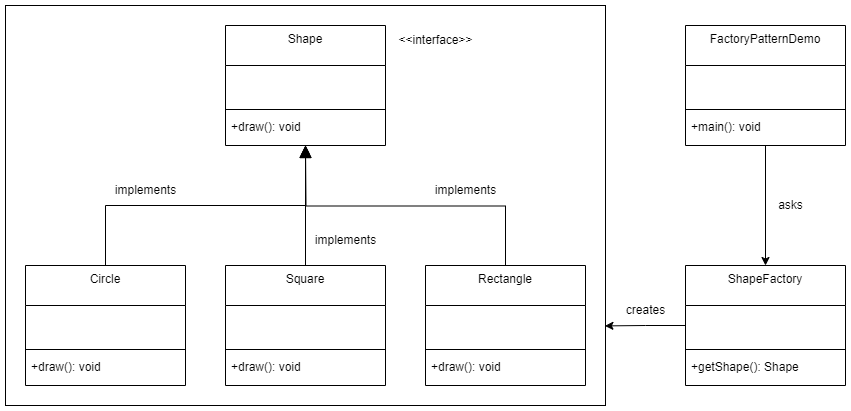
Above: doc/factory-pattern.png in Niwo1403/registerable-factory-pattern (draw.io), before the change. Source tidied: cells renumbered, new cells last; positions are measured from the earlier drawing's top-left corner, leaving out a move shared by most shapes. The source it was exported from:
```xml
<mxGraphModel>
  <root>
    <mxCell id="0" />
    <mxCell id="1" parent="0" />
    <mxCell id="2" style="whiteSpace=wrap;html=1;fillColor=none;" parent="1" vertex="1">
      <mxGeometry width="600" height="400" as="geometry" />
    </mxCell>
    <mxCell id="3" value="Shape" style="swimlane;fontStyle=0;align=center;verticalAlign=top;horizontal=1;startSize=40;rounded=0;shadow=0;strokeWidth=1;" parent="1" vertex="1">
      <mxGeometry x="220" y="20" width="160" height="120" as="geometry" />
    </mxCell>
    <mxCell id="4" value=" " style="text;align=left;verticalAlign=top;spacingLeft=4;spacingRight=4;overflow=hidden;" parent="3" vertex="1">
      <mxGeometry y="40" width="160" height="40" as="geometry" />
    </mxCell>
    <mxCell id="5" style="line;html=1;strokeWidth=1;align=left;verticalAlign=middle;spacingTop=-1;spacingLeft=3;spacingRight=3;labelPosition=right;" parent="3" vertex="1">
      <mxGeometry y="80" width="160" height="8" as="geometry" />
    </mxCell>
    <mxCell id="6" value="+draw(): void" style="text;align=left;verticalAlign=top;spacingLeft=4;spacingRight=4;overflow=hidden;" parent="3" vertex="1">
      <mxGeometry y="88" width="160" height="26" as="geometry" />
    </mxCell>
    <mxCell id="7" value="Circle" style="swimlane;fontStyle=0;align=center;verticalAlign=top;horizontal=1;startSize=40;rounded=0;shadow=0;strokeWidth=1;" parent="1" vertex="1">
      <mxGeometry x="20" y="260" width="160" height="120" as="geometry" />
    </mxCell>
    <mxCell id="8" value=" " style="text;align=left;verticalAlign=top;spacingLeft=4;spacingRight=4;overflow=hidden;" parent="7" vertex="1">
      <mxGeometry y="40" width="160" height="40" as="geometry" />
    </mxCell>
    <mxCell id="9" style="line;html=1;strokeWidth=1;align=left;verticalAlign=middle;spacingTop=-1;spacingLeft=3;spacingRight=3;labelPosition=right;" parent="7" vertex="1">
      <mxGeometry y="80" width="160" height="8" as="geometry" />
    </mxCell>
    <mxCell id="10" value="+draw(): void" style="text;align=left;verticalAlign=top;spacingLeft=4;spacingRight=4;overflow=hidden;" parent="7" vertex="1">
      <mxGeometry y="88" width="160" height="26" as="geometry" />
    </mxCell>
    <mxCell id="11" style="endArrow=block;endSize=10;endFill=0;shadow=0;strokeWidth=1;rounded=0;edgeStyle=elbowEdgeStyle;elbow=vertical;" parent="1" edge="1" source="7" target="3">
      <mxGeometry relative="1" as="geometry" />
    </mxCell>
    <mxCell id="12" value="Square" style="swimlane;fontStyle=0;align=center;verticalAlign=top;horizontal=1;startSize=40;rounded=0;shadow=0;strokeWidth=1;" parent="1" vertex="1">
      <mxGeometry x="220" y="260" width="160" height="120" as="geometry" />
    </mxCell>
    <mxCell id="13" value=" " style="text;align=left;verticalAlign=top;spacingLeft=4;spacingRight=4;overflow=hidden;" parent="12" vertex="1">
      <mxGeometry y="40" width="160" height="40" as="geometry" />
    </mxCell>
    <mxCell id="14" style="line;html=1;strokeWidth=1;align=left;verticalAlign=middle;spacingTop=-1;spacingLeft=3;spacingRight=3;labelPosition=right;" parent="12" vertex="1">
      <mxGeometry y="80" width="160" height="8" as="geometry" />
    </mxCell>
    <mxCell id="15" value="+draw(): void" style="text;align=left;verticalAlign=top;spacingLeft=4;spacingRight=4;overflow=hidden;" parent="12" vertex="1">
      <mxGeometry y="88" width="160" height="26" as="geometry" />
    </mxCell>
    <mxCell id="16" style="endArrow=block;endSize=10;endFill=1;shadow=0;strokeWidth=1;rounded=0;edgeStyle=elbowEdgeStyle;elbow=vertical;" parent="1" edge="1" source="12" target="3">
      <mxGeometry relative="1" as="geometry" />
    </mxCell>
    <mxCell id="17" value="ShapeFactory" style="swimlane;fontStyle=0;align=center;verticalAlign=top;horizontal=1;startSize=40;rounded=0;shadow=0;strokeWidth=1;" parent="1" vertex="1">
      <mxGeometry x="680" y="260" width="160" height="120" as="geometry" />
    </mxCell>
    <mxCell id="18" value=" " style="text;align=left;verticalAlign=top;spacingLeft=4;spacingRight=4;overflow=hidden;points=[[0,0.5],[1,0.5]];portConstraint=eastwest;" parent="17" vertex="1">
      <mxGeometry y="40" width="160" height="40" as="geometry" />
    </mxCell>
    <mxCell id="19" style="line;html=1;strokeWidth=1;align=left;verticalAlign=middle;spacingTop=-1;spacingLeft=3;spacingRight=3;labelPosition=right;" parent="17" vertex="1">
      <mxGeometry y="80" width="160" height="8" as="geometry" />
    </mxCell>
    <mxCell id="20" value="+getShape(): Shape" style="text;align=left;verticalAlign=top;spacingLeft=4;spacingRight=4;overflow=hidden;" parent="17" vertex="1">
      <mxGeometry y="88" width="160" height="26" as="geometry" />
    </mxCell>
    <mxCell id="21" value="&amp;lt;&amp;lt;interface&amp;gt;&amp;gt;" style="text;html=1;align=center;verticalAlign=middle;strokeColor=none;fillColor=none;" parent="1" vertex="1">
      <mxGeometry x="380" y="20" width="100" height="30" as="geometry" />
    </mxCell>
    <mxCell id="22" style="edgeStyle=orthogonalEdgeStyle;rounded=0;jettySize=auto;html=1;exitX=0.5;exitY=0;exitDx=0;exitDy=0;" parent="1" edge="1" source="23">
      <mxGeometry relative="1" as="geometry">
        <mxPoint x="300" y="140" as="targetPoint" />
      </mxGeometry>
    </mxCell>
    <mxCell id="23" value="Rectangle" style="swimlane;fontStyle=0;align=center;verticalAlign=top;horizontal=1;startSize=40;rounded=0;shadow=0;strokeWidth=1;" parent="1" vertex="1">
      <mxGeometry x="420" y="260" width="160" height="120" as="geometry" />
    </mxCell>
    <mxCell id="24" value=" " style="text;align=left;verticalAlign=top;spacingLeft=4;spacingRight=4;overflow=hidden;" parent="23" vertex="1">
      <mxGeometry y="40" width="160" height="40" as="geometry" />
    </mxCell>
    <mxCell id="25" style="line;html=1;strokeWidth=1;align=left;verticalAlign=middle;spacingTop=-1;spacingLeft=3;spacingRight=3;labelPosition=right;" parent="23" vertex="1">
      <mxGeometry y="80" width="160" height="8" as="geometry" />
    </mxCell>
    <mxCell id="26" value="+draw(): void" style="text;align=left;verticalAlign=top;spacingLeft=4;spacingRight=4;overflow=hidden;" parent="23" vertex="1">
      <mxGeometry y="88" width="160" height="26" as="geometry" />
    </mxCell>
    <mxCell id="27" value="implements" style="text;html=1;align=center;verticalAlign=middle;strokeColor=none;fillColor=none;" parent="1" vertex="1">
      <mxGeometry x="100" y="170" width="80" height="30" as="geometry" />
    </mxCell>
    <mxCell id="28" value="implements" style="text;html=1;align=center;verticalAlign=middle;strokeColor=none;fillColor=none;" parent="1" vertex="1">
      <mxGeometry x="420" y="170" width="80" height="30" as="geometry" />
    </mxCell>
    <mxCell id="29" value="implements" style="text;html=1;align=center;verticalAlign=middle;strokeColor=none;fillColor=none;" parent="1" vertex="1">
      <mxGeometry x="300" y="220" width="80" height="30" as="geometry" />
    </mxCell>
    <mxCell id="30" style="edgeStyle=orthogonalEdgeStyle;rounded=0;jettySize=auto;html=1;entryX=0.999;entryY=0.801;entryDx=0;entryDy=0;entryPerimeter=0;" parent="1" edge="1" source="18" target="2">
      <mxGeometry relative="1" as="geometry" />
    </mxCell>
    <mxCell id="31" value="creates" style="text;html=1;align=center;verticalAlign=middle;strokeColor=none;fillColor=none;" parent="1" vertex="1">
      <mxGeometry x="610" y="290" width="60" height="30" as="geometry" />
    </mxCell>
    <mxCell id="32" style="edgeStyle=orthogonalEdgeStyle;rounded=0;jettySize=auto;html=1;entryX=0.5;entryY=0;entryDx=0;entryDy=0;" parent="1" edge="1" source="33" target="17">
      <mxGeometry relative="1" as="geometry" />
    </mxCell>
    <mxCell id="33" value="FactoryPatternDemo" style="swimlane;fontStyle=0;align=center;verticalAlign=top;horizontal=1;startSize=40;rounded=0;shadow=0;strokeWidth=1;" parent="1" vertex="1">
      <mxGeometry x="680" y="20" width="160" height="120" as="geometry" />
    </mxCell>
    <mxCell id="34" value=" " style="text;align=left;verticalAlign=top;spacingLeft=4;spacingRight=4;overflow=hidden;" parent="33" vertex="1">
      <mxGeometry y="40" width="160" height="40" as="geometry" />
    </mxCell>
    <mxCell id="35" style="line;html=1;strokeWidth=1;align=left;verticalAlign=middle;spacingTop=-1;spacingLeft=3;spacingRight=3;labelPosition=right;" parent="33" vertex="1">
      <mxGeometry y="80" width="160" height="8" as="geometry" />
    </mxCell>
    <mxCell id="36" value="+main(): void" style="text;align=left;verticalAlign=top;spacingLeft=4;spacingRight=4;overflow=hidden;" parent="33" vertex="1">
      <mxGeometry y="88" width="160" height="26" as="geometry" />
    </mxCell>
    <mxCell id="37" value="asks" style="text;html=1;align=center;verticalAlign=middle;strokeColor=none;fillColor=none;" parent="1" vertex="1">
      <mxGeometry x="760" y="185" width="50" height="30" as="geometry" />
    </mxCell>
  </root>
</mxGraphModel>
```
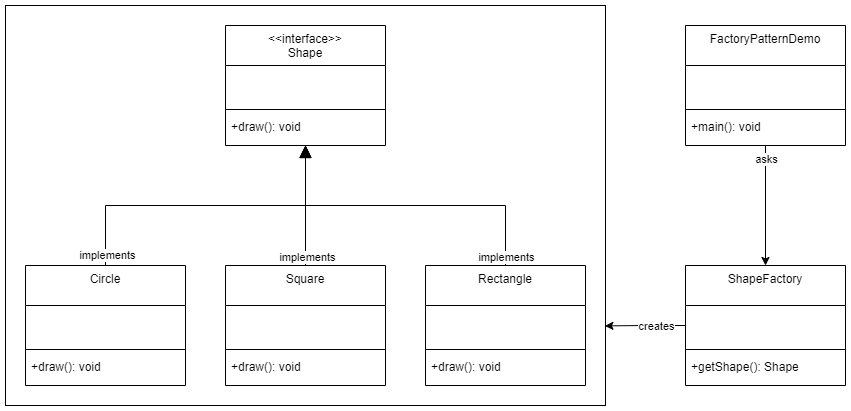
After the change.

Diff of the diagram source:
```diff
@@ -5,7 +5,7 @@
     <mxCell id="2" style="whiteSpace=wrap;html=1;fillColor=none;" parent="1" vertex="1">
       <mxGeometry width="600" height="400" as="geometry" />
     </mxCell>
-    <mxCell id="3" value="Shape" style="swimlane;fontStyle=0;align=center;verticalAlign=top;horizontal=1;startSize=40;rounded=0;shadow=0;strokeWidth=1;" parent="1" vertex="1">
+    <mxCell id="3" value="&lt;&lt;interface&gt;&gt;&#10;Shape" style="swimlane;fontStyle=0;align=center;verticalAlign=top;horizontal=1;startSize=40;rounded=0;shadow=0;strokeWidth=1;" parent="1" vertex="1">
       <mxGeometry x="220" y="20" width="160" height="120" as="geometry" />
     </mxCell>
     <mxCell id="4" value=" " style="text;align=left;verticalAlign=top;spacingLeft=4;spacingRight=4;overflow=hidden;" parent="3" vertex="1">
@@ -32,6 +32,9 @@
     <mxCell id="11" style="endArrow=block;endSize=10;endFill=0;shadow=0;strokeWidth=1;rounded=0;edgeStyle=elbowEdgeStyle;elbow=vertical;" parent="1" edge="1" source="7" target="3">
       <mxGeometry relative="1" as="geometry" />
     </mxCell>
+    <mxCell id="38" value="implements" style="edgeLabel;html=1;align=center;verticalAlign=middle;" parent="11" vertex="1">
+      <mxGeometry x="-0.93" y="-1" relative="1" as="geometry" />
+    </mxCell>
     <mxCell id="12" value="Square" style="swimlane;fontStyle=0;align=center;verticalAlign=top;horizontal=1;startSize=40;rounded=0;shadow=0;strokeWidth=1;" parent="1" vertex="1">
       <mxGeometry x="220" y="260" width="160" height="120" as="geometry" />
     </mxCell>
@@ -47,6 +50,9 @@
     <mxCell id="16" style="endArrow=block;endSize=10;endFill=1;shadow=0;strokeWidth=1;rounded=0;edgeStyle=elbowEdgeStyle;elbow=vertical;" parent="1" edge="1" source="12" target="3">
       <mxGeometry relative="1" as="geometry" />
     </mxCell>
+    <mxCell id="39" value="implements" style="edgeLabel;html=1;align=center;verticalAlign=middle;" parent="16" vertex="1">
+      <mxGeometry x="-0.85" y="-1" relative="1" as="geometry" />
+    </mxCell>
     <mxCell id="17" value="ShapeFactory" style="swimlane;fontStyle=0;align=center;verticalAlign=top;horizontal=1;startSize=40;rounded=0;shadow=0;strokeWidth=1;" parent="1" vertex="1">
       <mxGeometry x="680" y="260" width="160" height="120" as="geometry" />
     </mxCell>
@@ -59,14 +65,18 @@
     <mxCell id="20" value="+getShape(): Shape" style="text;align=left;verticalAlign=top;spacingLeft=4;spacingRight=4;overflow=hidden;" parent="17" vertex="1">
       <mxGeometry y="88" width="160" height="26" as="geometry" />
     </mxCell>
-    <mxCell id="21" value="&amp;lt;&amp;lt;interface&amp;gt;&amp;gt;" style="text;html=1;align=center;verticalAlign=middle;strokeColor=none;fillColor=none;" parent="1" vertex="1">
-      <mxGeometry x="380" y="20" width="100" height="30" as="geometry" />
-    </mxCell>
     <mxCell id="22" style="edgeStyle=orthogonalEdgeStyle;rounded=0;jettySize=auto;html=1;exitX=0.5;exitY=0;exitDx=0;exitDy=0;" parent="1" edge="1" source="23">
       <mxGeometry relative="1" as="geometry">
         <mxPoint x="300" y="140" as="targetPoint" />
+        <Array as="points">
+          <mxPoint x="500" y="200" />
+          <mxPoint x="300" y="200" />
+        </Array>
       </mxGeometry>
     </mxCell>
+    <mxCell id="40" value="implements" style="edgeLabel;html=1;align=center;verticalAlign=middle;" parent="22" vertex="1">
+      <mxGeometry x="-0.94" relative="1" as="geometry" />
+    </mxCell>
     <mxCell id="23" value="Rectangle" style="swimlane;fontStyle=0;align=center;verticalAlign=top;horizontal=1;startSize=40;rounded=0;shadow=0;strokeWidth=1;" parent="1" vertex="1">
       <mxGeometry x="420" y="260" width="160" height="120" as="geometry" />
     </mxCell>
@@ -79,24 +89,20 @@
     <mxCell id="26" value="+draw(): void" style="text;align=left;verticalAlign=top;spacingLeft=4;spacingRight=4;overflow=hidden;" parent="23" vertex="1">
       <mxGeometry y="88" width="160" height="26" as="geometry" />
     </mxCell>
-    <mxCell id="27" value="implements" style="text;html=1;align=center;verticalAlign=middle;strokeColor=none;fillColor=none;" parent="1" vertex="1">
-      <mxGeometry x="100" y="170" width="80" height="30" as="geometry" />
-    </mxCell>
-    <mxCell id="28" value="implements" style="text;html=1;align=center;verticalAlign=middle;strokeColor=none;fillColor=none;" parent="1" vertex="1">
-      <mxGeometry x="420" y="170" width="80" height="30" as="geometry" />
-    </mxCell>
-    <mxCell id="29" value="implements" style="text;html=1;align=center;verticalAlign=middle;strokeColor=none;fillColor=none;" parent="1" vertex="1">
-      <mxGeometry x="300" y="220" width="80" height="30" as="geometry" />
-    </mxCell>
     <mxCell id="30" style="edgeStyle=orthogonalEdgeStyle;rounded=0;jettySize=auto;html=1;entryX=0.999;entryY=0.801;entryDx=0;entryDy=0;entryPerimeter=0;" parent="1" edge="1" source="18" target="2">
       <mxGeometry relative="1" as="geometry" />
     </mxCell>
-    <mxCell id="31" value="creates" style="text;html=1;align=center;verticalAlign=middle;strokeColor=none;fillColor=none;" parent="1" vertex="1">
-      <mxGeometry x="610" y="290" width="60" height="30" as="geometry" />
+    <mxCell id="31" value="creates" style="edgeLabel;html=1;align=center;verticalAlign=middle;" parent="30" vertex="1">
+      <mxGeometry x="-0.51" y="-1" relative="1" as="geometry">
+        <mxPoint x="-10" y="1" as="offset" />
+      </mxGeometry>
     </mxCell>
     <mxCell id="32" style="edgeStyle=orthogonalEdgeStyle;rounded=0;jettySize=auto;html=1;entryX=0.5;entryY=0;entryDx=0;entryDy=0;" parent="1" edge="1" source="33" target="17">
       <mxGeometry relative="1" as="geometry" />
     </mxCell>
+    <mxCell id="37" value="asks" style="edgeLabel;html=1;align=center;verticalAlign=middle;" parent="32" vertex="1">
+      <mxGeometry x="-0.78" relative="1" as="geometry" />
+    </mxCell>
     <mxCell id="33" value="FactoryPatternDemo" style="swimlane;fontStyle=0;align=center;verticalAlign=top;horizontal=1;startSize=40;rounded=0;shadow=0;strokeWidth=1;" parent="1" vertex="1">
       <mxGeometry x="680" y="20" width="160" height="120" as="geometry" />
     </mxCell>
@@ -109,8 +115,5 @@
     <mxCell id="36" value="+main(): void" style="text;align=left;verticalAlign=top;spacingLeft=4;spacingRight=4;overflow=hidden;" parent="33" vertex="1">
       <mxGeometry y="88" width="160" height="26" as="geometry" />
     </mxCell>
-    <mxCell id="37" value="asks" style="text;html=1;align=center;verticalAlign=middle;strokeColor=none;fillColor=none;" parent="1" vertex="1">
-      <mxGeometry x="760" y="185" width="50" height="30" as="geometry" />
-    </mxCell>
   </root>
 </mxGraphModel>
```
